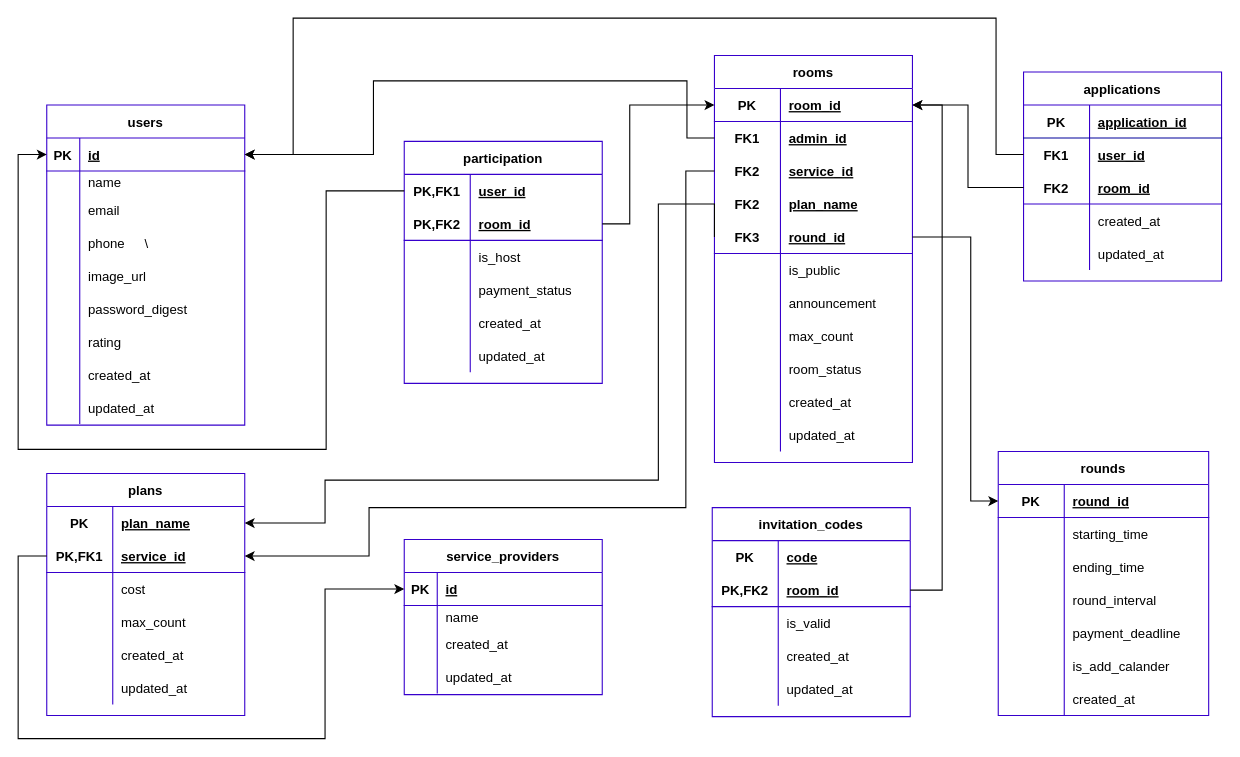
Above: db/schema/table.drawio in billsgates/salamander (draw.io), before the change. Source tidied: cells renumbered, new cells numbered last; positions are measured from the earlier drawing's top-left corner, leaving out a move shared by most shapes. Both pictures are drawn from the tidied source at 110%, with x=0, y=0 at pixel (18, 18).
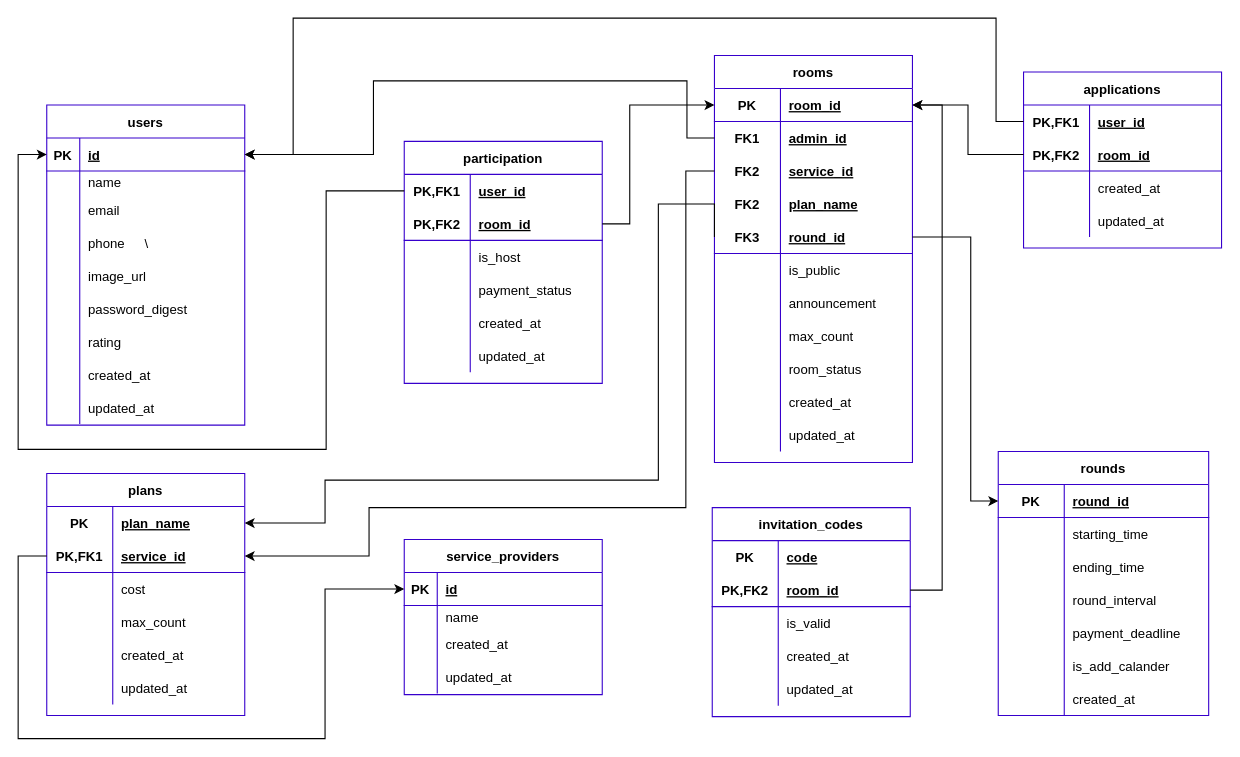
The same diagram, later.

The change refers to these unchanged cells:
```xml
<mxCell id="3" style="shape=partialRectangle;top=0;left=0;bottom=1;right=0;points=[[0,0.5],[1,0.5]];portConstraint=eastwest;labelBorderColor=#000000;fontColor=#ffffff;fillColor=none;strokeColor=#3700CC;" parent="2" vertex="1">
  <mxGeometry y="30" width="180" height="30" as="geometry" />
</mxCell>
```

Diff of the diagram source:
```diff
@@
     <mxCell id="163" value="applications" style="shape=table;startSize=30;childLayout=tableLayout;rowLines=0;fontStyle=1;align=center;shadow=0;labelBackgroundColor=none;strokeColor=#3700CC;fontColor=#000000;fillColor=#FFFFFF;swimlaneFillColor=#ffffff;" parent="1" vertex="1">
-      <mxGeometry x="914" y="49" width="180" height="190" as="geometry" />
+      <mxGeometry x="914" y="49" width="180" height="160" as="geometry" />
     </mxCell>
-    <mxCell id="164" style="shape=partialRectangle;fillColor=none;top=0;left=0;bottom=1;right=0;strokeColor=#000099;" parent="163" vertex="1">
-      <mxGeometry y="30" width="180" height="30" as="geometry" />
-    </mxCell>
-    <mxCell id="165" value="PK" style="shape=partialRectangle;fillColor=none;top=0;left=0;bottom=0;right=0;fontStyle=1;overflow=hidden;fontColor=#000000;" parent="164" vertex="1">
-      <mxGeometry width="60" height="30" as="geometry" />
-    </mxCell>
-    <mxCell id="166" value="application_id" style="shape=partialRectangle;fillColor=none;top=0;left=0;bottom=0;right=0;align=left;spacingLeft=6;fontStyle=5;overflow=hidden;fontColor=#000000;" parent="164" vertex="1">
-      <mxGeometry x="60" width="120" height="30" as="geometry" />
-    </mxCell>
     <mxCell id="167" style="shape=partialRectangle;fillColor=none;top=0;left=0;bottom=1;right=0;points=[[0,0.5],[1,0.5]];portConstraint=eastwest;strokeColor=none;" parent="163" vertex="1">
-      <mxGeometry y="60" width="180" height="30" as="geometry" />
+      <mxGeometry y="30" width="180" height="30" as="geometry" />
     </mxCell>
-    <mxCell id="168" value="FK1" style="shape=partialRectangle;fillColor=none;top=0;left=0;bottom=0;right=0;fontStyle=1;overflow=hidden;fontColor=#000000;" parent="167" vertex="1">
+    <mxCell id="168" value="PK,FK1" style="shape=partialRectangle;fillColor=none;top=0;left=0;bottom=0;right=0;fontStyle=1;overflow=hidden;fontColor=#000000;" parent="167" vertex="1">
       <mxGeometry width="60" height="30" as="geometry" />
     </mxCell>
@@
     <mxCell id="170" style="shape=partialRectangle;fillColor=none;top=0;left=0;bottom=1;right=0;points=[[0,0.5],[1,0.5]];portConstraint=eastwest;strokeColor=#3700CC;" parent="163" vertex="1">
-      <mxGeometry y="90" width="180" height="30" as="geometry" />
+      <mxGeometry y="60" width="180" height="30" as="geometry" />
     </mxCell>
-    <mxCell id="171" value="FK2" style="shape=partialRectangle;fillColor=none;top=0;left=0;bottom=0;right=0;fontStyle=1;overflow=hidden;fontColor=#000000;" parent="170" vertex="1">
+    <mxCell id="171" value="PK,FK2" style="shape=partialRectangle;fillColor=none;top=0;left=0;bottom=0;right=0;fontStyle=1;overflow=hidden;fontColor=#000000;" parent="170" vertex="1">
       <mxGeometry width="60" height="30" as="geometry" />
     </mxCell>
@@
     <mxCell id="173" style="shape=partialRectangle;fillColor=none;top=0;left=0;bottom=0;right=0;" parent="163" vertex="1">
-      <mxGeometry y="120" width="180" height="30" as="geometry" />
+      <mxGeometry y="90" width="180" height="30" as="geometry" />
     </mxCell>
@@
     <mxCell id="176" style="shape=partialRectangle;fillColor=none;top=0;left=0;bottom=0;right=0;" parent="163" vertex="1">
-      <mxGeometry y="150" width="180" height="30" as="geometry" />
+      <mxGeometry y="120" width="180" height="30" as="geometry" />
     </mxCell>
@@
     <mxCell id="179" style="edgeStyle=orthogonalEdgeStyle;rounded=0;jettySize=auto;html=1;exitX=0;exitY=0.5;exitDx=0;exitDy=0;entryX=1;entryY=0.5;entryDx=0;entryDy=0;strokeColor=#000000;" parent="1" edge="1" source="167" target="3">
       <mxGeometry relative="1" as="geometry">
         <Array as="points">
-          <mxPoint x="902" y="124" />
-          <mxPoint x="889" y="124" />
+          <mxPoint x="889" y="94" />
           <mxPoint x="889" />
           <mxPoint x="250" />
           <mxPoint x="250" y="124" />
         </Array>
       </mxGeometry>
     </mxCell>
```
